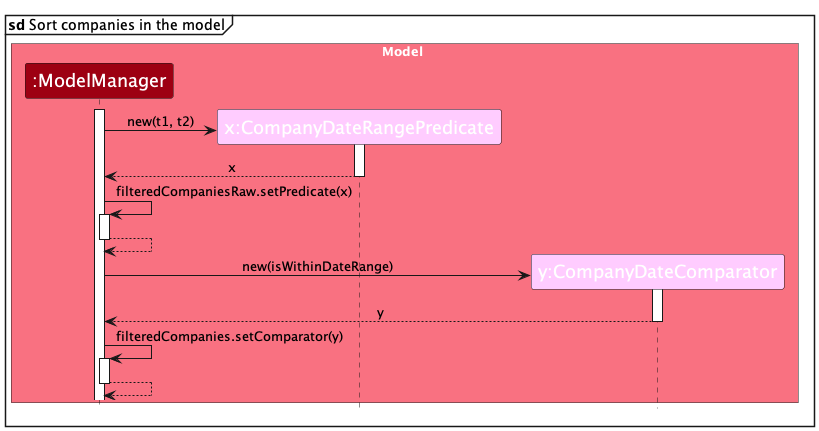
This is docs/images/SortCompanySequenceDiagram_2.png from oeggy03/tp, a PlantUML export, as it was before one commit. The source it was exported from:
```plantuml
@startuml
!include style.puml
skinparam ArrowFontStyle plain
mainframe: **sd** Sort companies in the model


box Model MODEL_COLOR_T1
participant ":ModelManager" as Model MODEL_COLOR
participant "x:CompanyDateRangePredicate" as DateRangePredicate UTIL_COLOR
participant "y:CompanyDateComparator" as DateComparator UTIL_COLOR
end box


activate Model

create DateRangePredicate
Model -> DateRangePredicate : new(t1, t2)
activate DateRangePredicate
DateRangePredicate --> Model : x
deactivate DateRangePredicate

Model -> Model : filteredCompaniesRaw.setPredicate(x)
activate Model
Model --> Model
deactivate Model

create DateComparator
Model -> DateComparator : new(isWithinDateRange)
activate DateComparator
DateComparator --> Model : y
deactivate DateComparator

Model -> Model : filteredCompanies.setComparator(y)
activate Model
Model --> Model
deactivate Model

@enduml
```
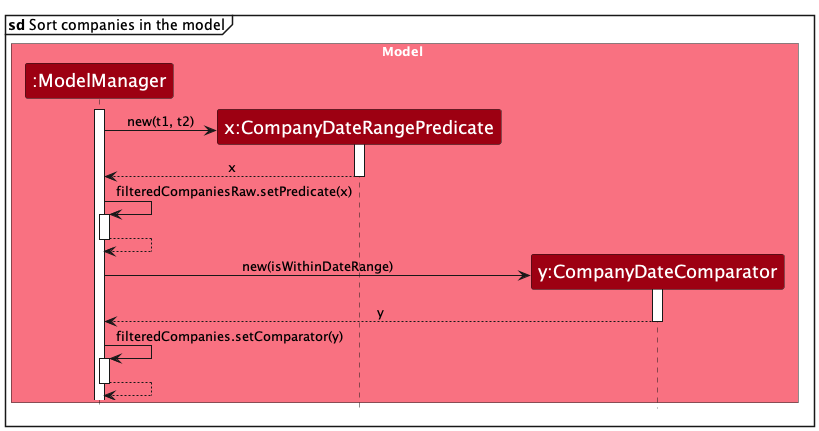
Above is the later version.

Commit message:
Update sequence diagram color

Diff of the diagram source:
```diff
@@ -6,8 +6,8 @@
 
 box Model MODEL_COLOR_T1
 participant ":ModelManager" as Model MODEL_COLOR
-participant "x:CompanyDateRangePredicate" as DateRangePredicate UTIL_COLOR
-participant "y:CompanyDateComparator" as DateComparator UTIL_COLOR
+participant "x:CompanyDateRangePredicate" as DateRangePredicate MODEL_COLOR
+participant "y:CompanyDateComparator" as DateComparator MODEL_COLOR
 end box
 
 
```
